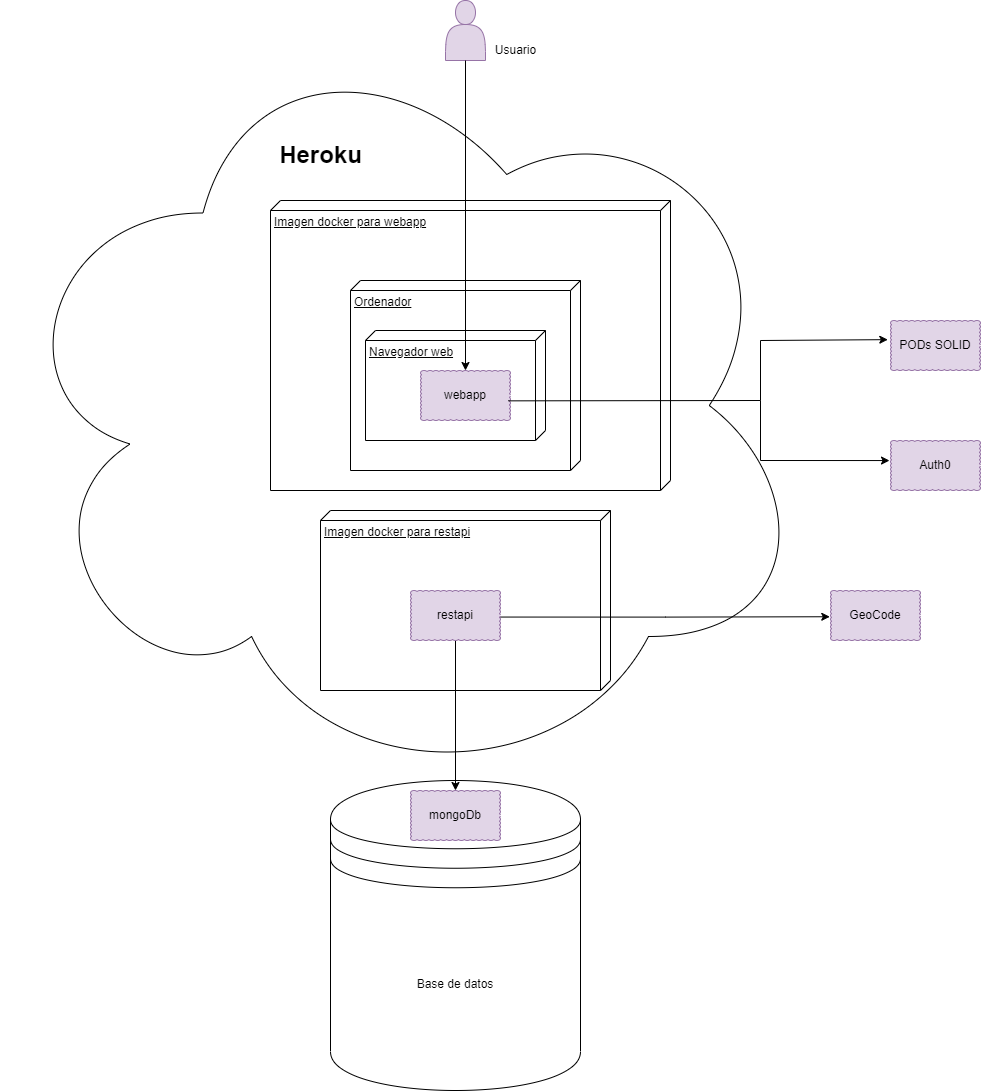
Earlier version of the draw.io export docs/images/infraestructura.png (Arquisoft/dede_es2a). Source tidied: cells renumbered, new cells last; positions are measured from the earlier drawing's top-left corner, leaving out a move shared by most shapes.
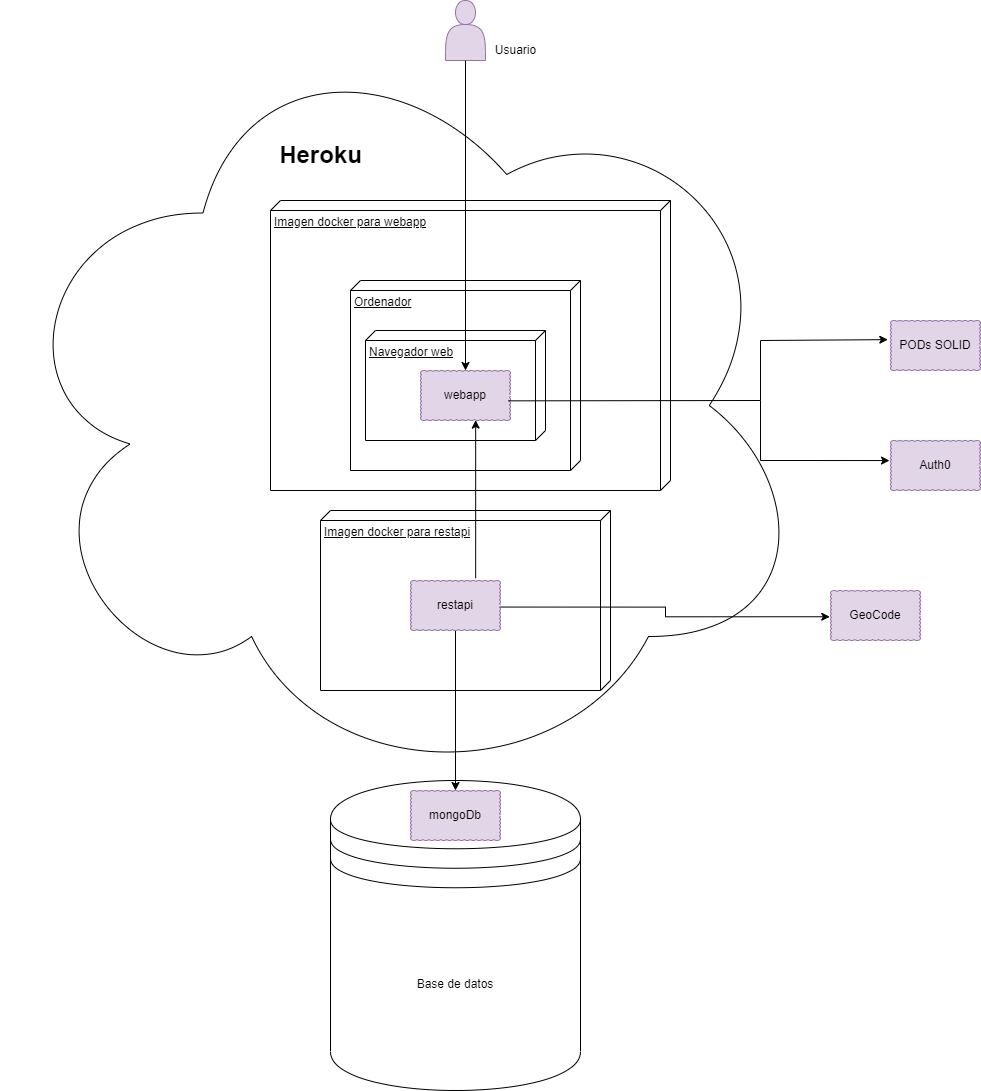
The same diagram one commit later.

Commit message:
Perfeccionada imagen e infraestructura nivel 1

Parte 1 del punto 7 de la documentación mejorada

Change to the diagram source:
```diff
@@ -42,8 +42,11 @@
     <mxCell id="13" style="edgeStyle=orthogonalEdgeStyle;rounded=0;jettySize=auto;html=1;entryX=-0.008;entryY=0.525;entryDx=0;entryDy=0;entryPerimeter=0;exitX=0.965;exitY=0.531;exitDx=0;exitDy=0;exitPerimeter=0;" parent="1" edge="1" source="14" target="24">
       <mxGeometry relative="1" as="geometry" />
     </mxCell>
+    <mxCell id="25" style="edgeStyle=orthogonalEdgeStyle;rounded=0;jettySize=auto;html=1;fontSize=24;exitX=0.724;exitY=-0.043;exitDx=0;exitDy=0;exitPerimeter=0;entryX=0.613;entryY=0.992;entryDx=0;entryDy=0;entryPerimeter=0;" parent="1" edge="1" source="14" target="11">
+      <mxGeometry relative="1" as="geometry" />
+    </mxCell>
     <mxCell id="14" value="restapi" style="whiteSpace=wrap;html=1;shape=mxgraph.basic.cloud_rect;fillColor=#e1d5e7;strokeColor=#9673a6;" parent="1" vertex="1">
-      <mxGeometry x="410" y="590" width="90" height="50" as="geometry" />
+      <mxGeometry x="410" y="580" width="90" height="50" as="geometry" />
     </mxCell>
     <mxCell id="15" value="mongoDb" style="whiteSpace=wrap;html=1;shape=mxgraph.basic.cloud_rect;fillColor=#e1d5e7;strokeColor=#9673a6;" parent="1" vertex="1">
       <mxGeometry x="410" y="790" width="90" height="50" as="geometry" />
```
